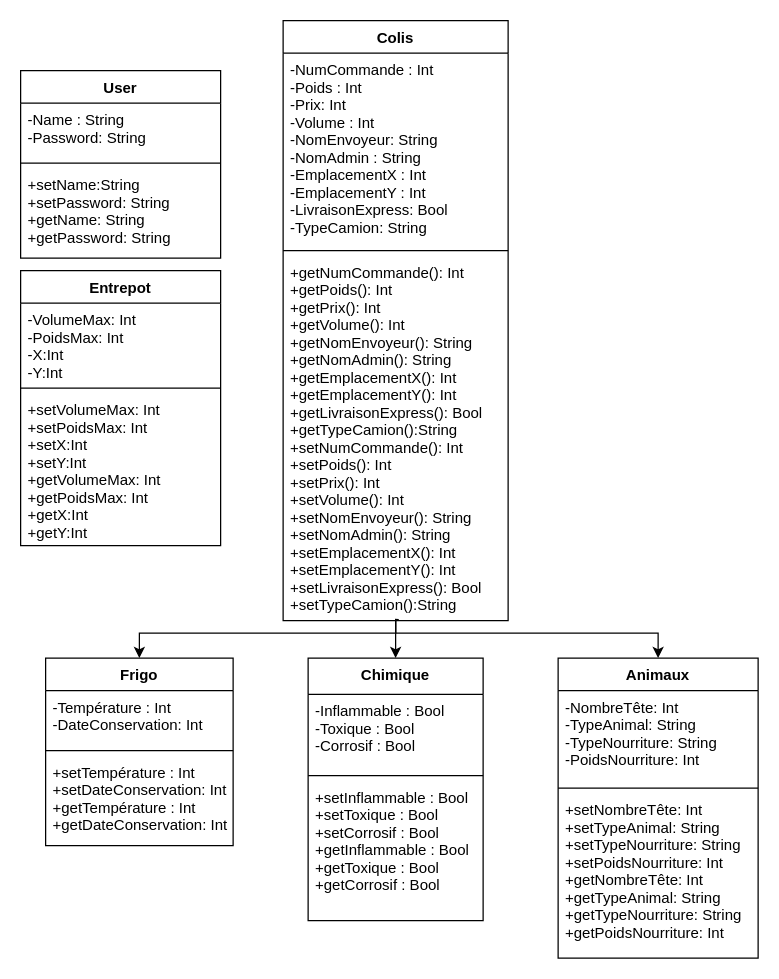
Before: Untitled Diagram.drawio.xml in Gyom03/Hackathon, a draw.io diagram. Source tidied: cells renumbered, new cells numbered last; positions are measured from the earlier drawing's top-left corner, leaving out a move shared by most shapes. Both pictures are drawn from the tidied source at 125%, with x=0, y=0 at pixel (20, 20).
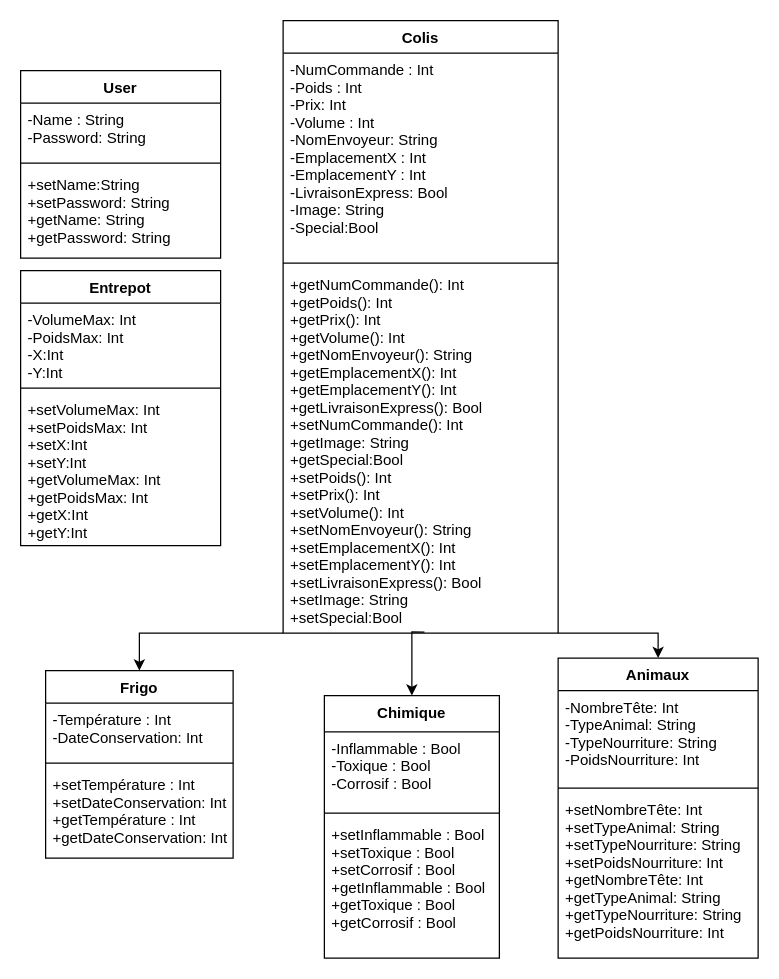
After the change.

Change to the diagram source:
```diff
@@
     <mxCell id="2" value="Frigo" style="swimlane;fontStyle=1;align=center;verticalAlign=top;horizontal=1;startSize=26;" parent="1" vertex="1">
-      <mxGeometry x="20" y="510" width="150" height="150" as="geometry" />
+      <mxGeometry x="20" y="520" width="150" height="150" as="geometry" />
     </mxCell>
@@
     <mxCell id="6" value="Chimique" style="swimlane;fontStyle=1;align=center;verticalAlign=top;horizontal=1;startSize=29;" parent="1" vertex="1">
-      <mxGeometry x="230" y="510" width="140" height="210" as="geometry" />
+      <mxGeometry x="243" y="540" width="140" height="210" as="geometry" />
     </mxCell>
@@
     <mxCell id="12" value="Colis" style="swimlane;fontStyle=1;align=center;verticalAlign=top;horizontal=1;startSize=26;" parent="1" vertex="1">
-      <mxGeometry x="210" width="180" height="480" as="geometry" />
+      <mxGeometry x="210" width="220" height="490" as="geometry" />
     </mxCell>
-    <mxCell id="13" value="-NumCommande : Int&#10;-Poids : Int&#10;-Prix: Int&#10;-Volume : Int&#10;-NomEnvoyeur: String&#10;-NomAdmin : String&#10;-EmplacementX : Int&#10;-EmplacementY : Int&#10;-LivraisonExpress: Bool&#10;-TypeCamion: String" style="text;strokeColor=none;fillColor=none;align=left;verticalAlign=top;spacingLeft=4;spacingRight=4;overflow=hidden;" parent="12" vertex="1">
-      <mxGeometry y="26" width="180" height="154" as="geometry" />
+    <mxCell id="13" value="-NumCommande : Int&#10;-Poids : Int&#10;-Prix: Int&#10;-Volume : Int&#10;-NomEnvoyeur: String&#10;-EmplacementX : Int&#10;-EmplacementY : Int&#10;-LivraisonExpress: Bool&#10;-Image: String&#10;-Special:Bool" style="text;strokeColor=none;fillColor=none;align=left;verticalAlign=top;spacingLeft=4;spacingRight=4;overflow=hidden;" parent="12" vertex="1">
+      <mxGeometry y="26" width="220" height="164" as="geometry" />
     </mxCell>
     <mxCell id="14" style="line;strokeWidth=1;fillColor=none;align=left;verticalAlign=middle;spacingTop=-1;spacingLeft=3;spacingRight=3;labelPosition=right;" parent="12" vertex="1">
-      <mxGeometry y="180" width="180" height="8" as="geometry" />
+      <mxGeometry y="190" width="220" height="8" as="geometry" />
     </mxCell>
-    <mxCell id="15" value="+getNumCommande(): Int&#10;+getPoids(): Int&#10;+getPrix(): Int&#10;+getVolume(): Int&#10;+getNomEnvoyeur(): String&#10;+getNomAdmin(): String&#10;+getEmplacementX(): Int&#10;+getEmplacementY(): Int&#10;+getLivraisonExpress(): Bool&#10;+getTypeCamion():String&#10;+setNumCommande(): Int&#10;+setPoids(): Int&#10;+setPrix(): Int&#10;+setVolume(): Int&#10;+setNomEnvoyeur(): String&#10;+setNomAdmin(): String&#10;+setEmplacementX(): Int&#10;+setEmplacementY(): Int&#10;+setLivraisonExpress(): Bool&#10;+setTypeCamion():String" style="text;strokeColor=none;fillColor=none;align=left;verticalAlign=top;spacingLeft=4;spacingRight=4;overflow=hidden;points=[[0,0.5],[1,0.5]];portConstraint=eastwest;" parent="12" vertex="1">
-      <mxGeometry y="188" width="180" height="292" as="geometry" />
+    <mxCell id="15" value="+getNumCommande(): Int&#10;+getPoids(): Int&#10;+getPrix(): Int&#10;+getVolume(): Int&#10;+getNomEnvoyeur(): String&#10;+getEmplacementX(): Int&#10;+getEmplacementY(): Int&#10;+getLivraisonExpress(): Bool&#10;+setNumCommande(): Int&#10;+getImage: String&#10;+getSpecial:Bool&#10;+setPoids(): Int&#10;+setPrix(): Int&#10;+setVolume(): Int&#10;+setNomEnvoyeur(): String&#10;+setEmplacementX(): Int&#10;+setEmplacementY(): Int&#10;+setLivraisonExpress(): Bool&#10;+setImage: String&#10;+setSpecial:Bool" style="text;strokeColor=none;fillColor=none;align=left;verticalAlign=top;spacingLeft=4;spacingRight=4;overflow=hidden;points=[[0,0.5],[1,0.5]];portConstraint=eastwest;" parent="12" vertex="1">
+      <mxGeometry y="198" width="220" height="292" as="geometry" />
     </mxCell>
@@
     <mxCell id="28" style="edgeStyle=orthogonalEdgeStyle;rounded=0;jettySize=auto;html=1;entryX=0.5;entryY=0;entryDx=0;entryDy=0;exitX=0.514;exitY=0.997;exitDx=0;exitDy=0;exitPerimeter=0;" parent="1" edge="1" source="15" target="6">
-      <mxGeometry relative="1" as="geometry" />
+      <mxGeometry relative="1" as="geometry">
+        <Array as="points">
+          <mxPoint x="313" y="489" />
+        </Array>
+      </mxGeometry>
     </mxCell>
```
